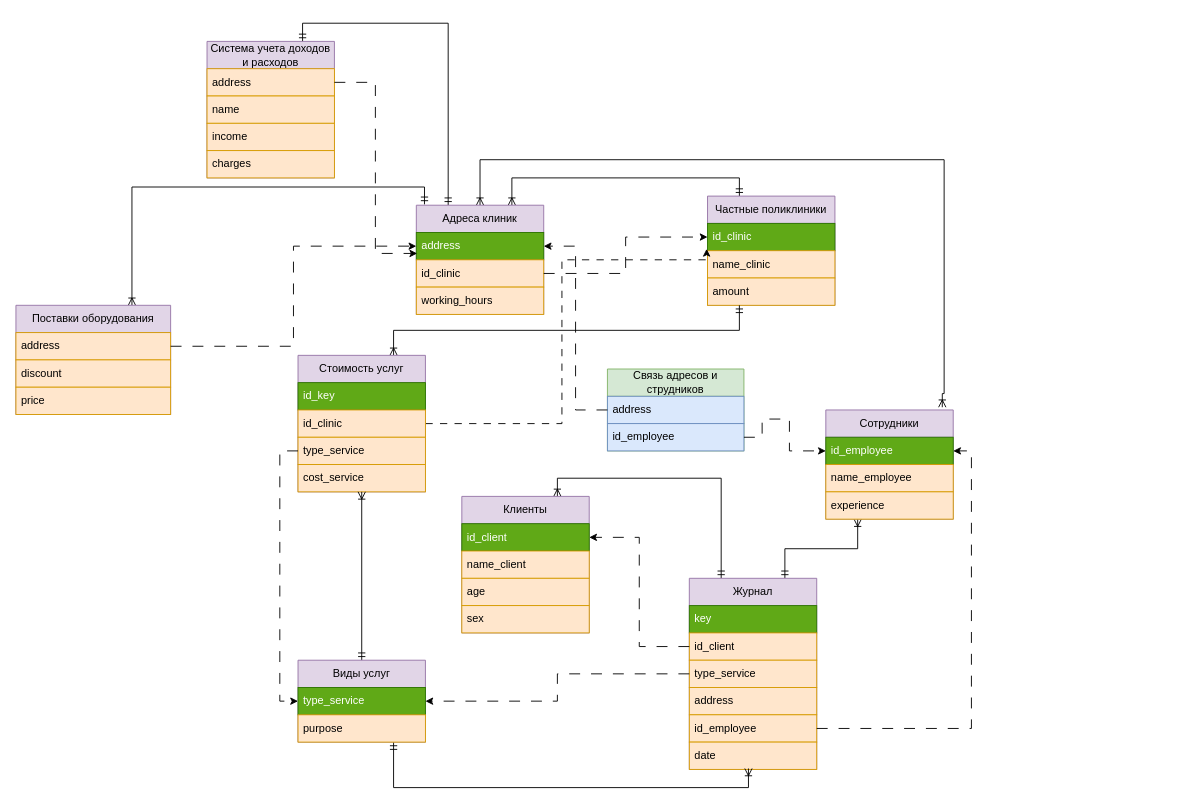
Stepan714/Algorithms-and-data-structures keeps this draw.io diagram as Untitled Diagram.drawio. Above is the earlier version. Source tidied: cells renumbered, new cells numbered last; positions are measured from the earlier drawing's top-left corner, leaving out a move shared by most shapes. Both pictures are drawn from the tidied source at 91%, with x=0, y=0 at pixel (15, 41).
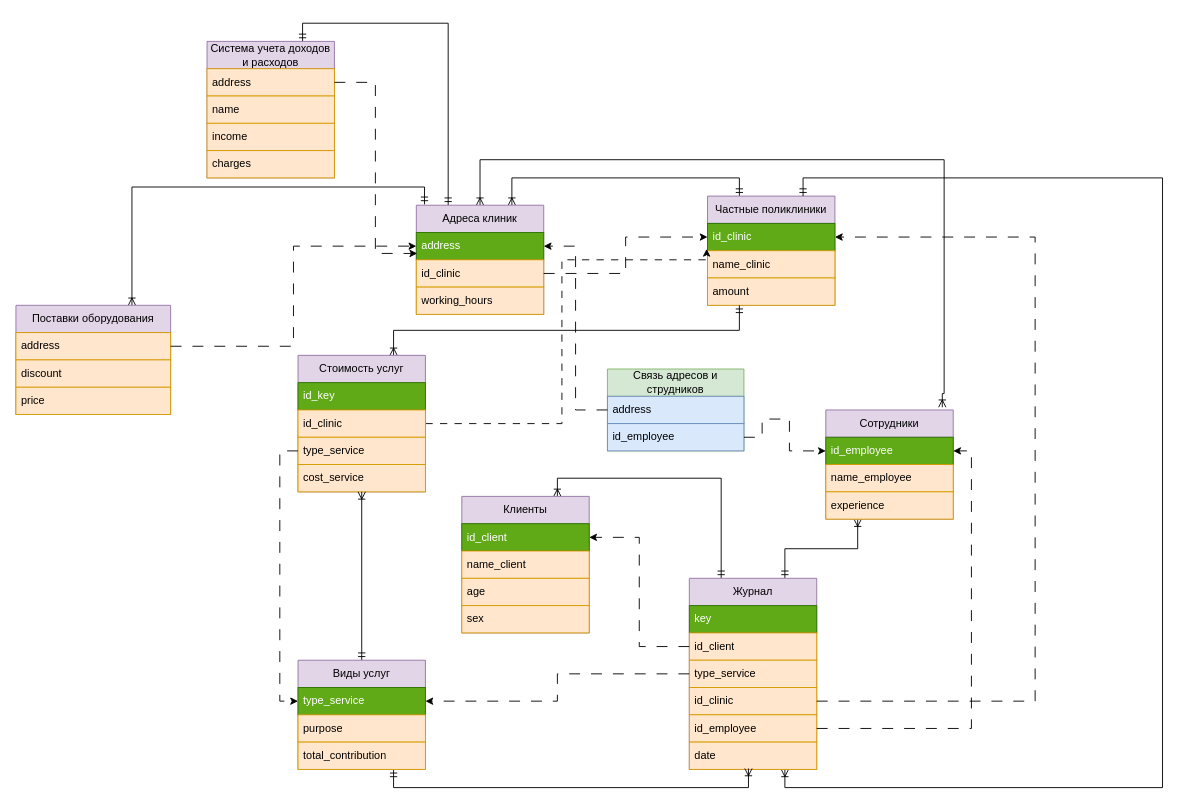
After the change.

The change refers to these unchanged cells:
```xml
<mxCell id="3" value="Частные поликлиники" style="swimlane;fontStyle=0;horizontal=1;startSize=30;whiteSpace=wrap;html=1;fillColor=#e1d5e7;strokeColor=#9673a6;" parent="1" vertex="1">
  <mxGeometry x="760" y="170" width="140" height="120" as="geometry" />
</mxCell>
<mxCell id="4" value="id_clinic" style="text;strokeColor=#2D7600;fillColor=#60a917;align=left;verticalAlign=middle;spacingLeft=4;spacingRight=4;overflow=hidden;points=[[0,0.5],[1,0.5]];portConstraint=eastwest;whiteSpace=wrap;html=1;fontColor=#ffffff;" parent="3" vertex="1">
  <mxGeometry y="30" width="140" height="30" as="geometry" />
</mxCell>
<mxCell id="30" value="Журнал" style="swimlane;fontStyle=0;horizontal=1;startSize=30;whiteSpace=wrap;html=1;fillColor=#e1d5e7;strokeColor=#9673a6;" parent="1" vertex="1">
  <mxGeometry x="740" y="590" width="140" height="210" as="geometry" />
</mxCell>
```

What changed in the source:
```diff
@@
+    <mxCell id="65" style="edgeStyle=orthogonalEdgeStyle;rounded=0;jettySize=auto;html=1;exitX=0.75;exitY=1;exitDx=0;exitDy=0;entryX=0.75;entryY=0;entryDx=0;entryDy=0;startArrow=ERoneToMany;startFill=0;endArrow=ERmandOne;endFill=0;" parent="1" edge="1" source="30" target="3">
+      <mxGeometry relative="1" as="geometry">
+        <Array as="points">
+          <mxPoint x="845" y="820" />
+          <mxPoint x="1260" y="820" />
+          <mxPoint x="1260" y="150" />
+          <mxPoint x="865" y="150" />
+        </Array>
+      </mxGeometry>
+    </mxCell>
@@
-    <mxCell id="34" value="address" style="text;strokeColor=#d79b00;fillColor=#ffe6cc;align=left;verticalAlign=middle;spacingLeft=4;spacingRight=4;overflow=hidden;points=[[0,0.5],[1,0.5]];portConstraint=eastwest;whiteSpace=wrap;html=1;" parent="30" vertex="1">
+    <mxCell id="34" value="id_clinic" style="text;strokeColor=#d79b00;fillColor=#ffe6cc;align=left;verticalAlign=middle;spacingLeft=4;spacingRight=4;overflow=hidden;points=[[0,0.5],[1,0.5]];portConstraint=eastwest;whiteSpace=wrap;html=1;" parent="30" vertex="1">
       <mxGeometry y="120" width="140" height="30" as="geometry" />
     </mxCell>
@@
     <mxCell id="48" value="Виды услуг" style="swimlane;fontStyle=0;horizontal=1;startSize=30;whiteSpace=wrap;html=1;fillColor=#e1d5e7;strokeColor=#9673a6;" parent="1" vertex="1">
-      <mxGeometry x="310" y="680" width="140" height="90" as="geometry" />
+      <mxGeometry x="310" y="680" width="140" height="120" as="geometry" />
     </mxCell>
@@
+    <mxCell id="66" value="total_contribution" style="text;strokeColor=#d79b00;fillColor=#ffe6cc;align=left;verticalAlign=middle;spacingLeft=4;spacingRight=4;overflow=hidden;whiteSpace=wrap;html=1;" parent="48" vertex="1">
+      <mxGeometry y="90" width="140" height="30" as="geometry" />
+    </mxCell>
@@
+    <mxCell id="67" style="edgeStyle=orthogonalEdgeStyle;rounded=0;jettySize=auto;html=1;exitX=1;exitY=0.5;exitDx=0;exitDy=0;entryX=1;entryY=0.5;entryDx=0;entryDy=0;dashed=1;dashPattern=12 12;" parent="1" edge="1" source="34" target="4">
+      <mxGeometry relative="1" as="geometry">
+        <Array as="points">
+          <mxPoint x="1120" y="725" />
+          <mxPoint x="1120" y="215" />
+        </Array>
+      </mxGeometry>
+    </mxCell>
```
